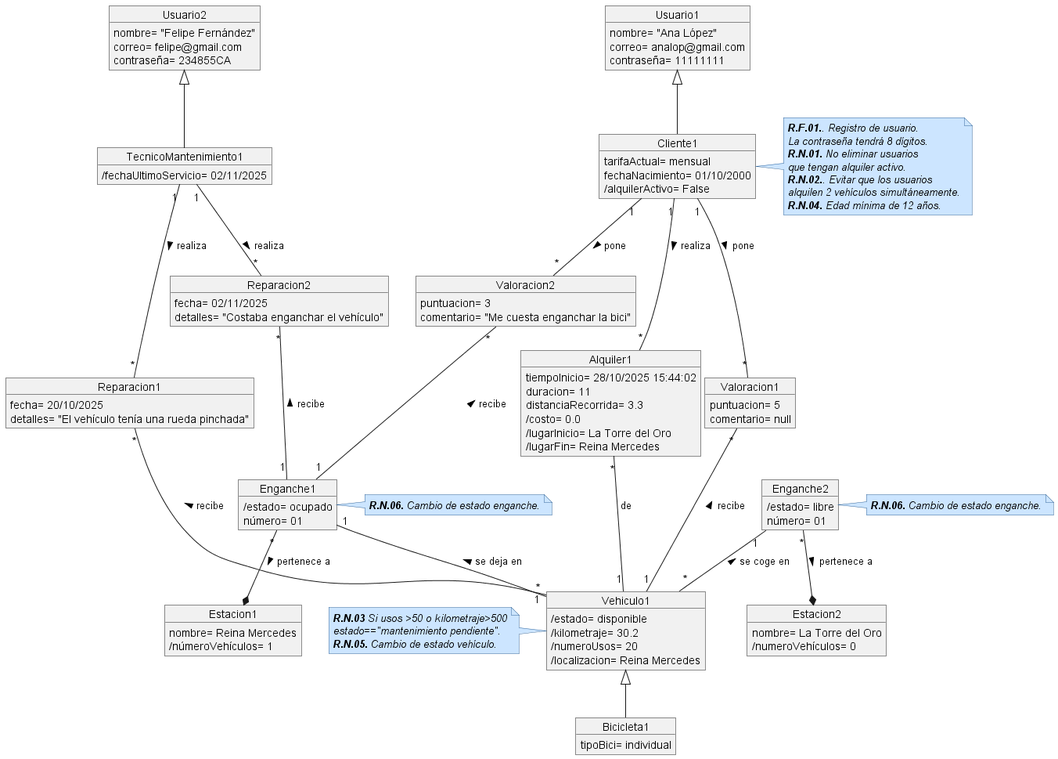
Above: modelos_conceptuales/EscenarioPruebas.png in VVF2245/EasyVPM-Database (PlantUML), before the change.
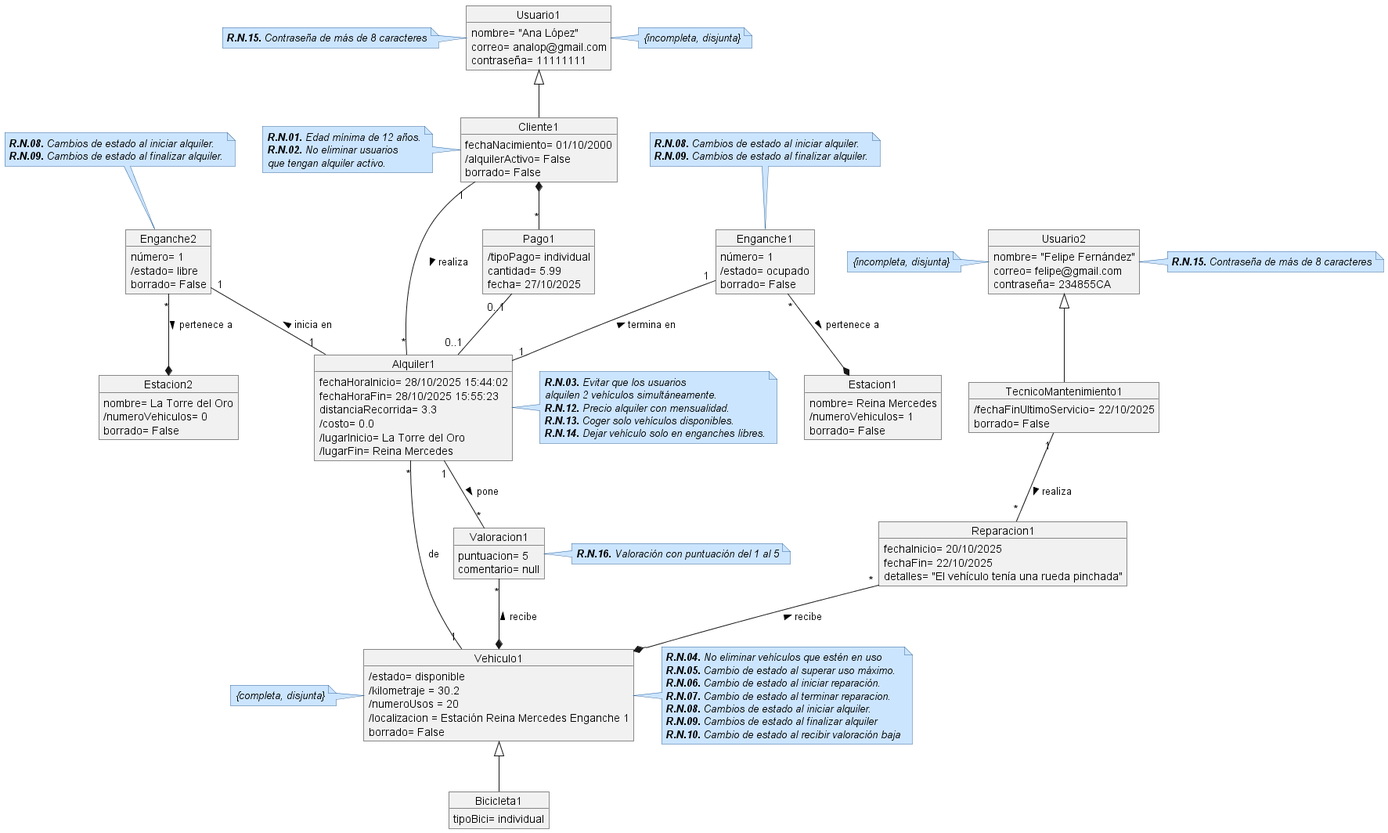
After the commit.

Commit message:
Update modelos_conceptuales

Diff of the diagram source:
```diff
@@ -11,98 +11,126 @@
     correo= analop@gmail.com
     contraseña= 11111111
 }
+note right: {incompleta, disjunta}
+note left of Usuario1
+**R.N.15.** Contraseña de más de 8 caracteres
+end note
 
 object Usuario2 {
     nombre= "Felipe Fernández"
     correo= felipe@gmail.com
     contraseña= 234855CA
 }
-
-object Cliente1 {
-    tarifaActual= mensual
-    fechaNacimiento= 01/10/2000
-    /alquilerActivo= False
-}
-note right
- **R.F.01.**. Registro de usuario.
- La contraseña tendrá 8 dígitos.
- **R.N.01.** No eliminar usuarios
- que tengan alquiler activo.
- **R.N.02.**. Evitar que los usuarios
- alquilen 2 vehículos simultáneamente.
- **R.N.04.** Edad mínima de 12 años.
+note left: {incompleta, disjunta}
+note right of Usuario2
+**R.N.15.** Contraseña de más de 8 caracteres
 end note
 
 
+object Cliente1 {
+    fechaNacimiento= 01/10/2000
+    /alquilerActivo= False
+    borrado= False
+}
+note left
+**R.N.01.** Edad mínima de 12 años.
+**R.N.02.** No eliminar usuarios
+que tengan alquiler activo.
+end note
+
+object Pago1 {
+    /tipoPago= individual
+    cantidad= 5.99
+    fecha= 27/10/2025
+}
+
+
 object TecnicoMantenimiento1 {
-    /fechaUltimoServicio= 02/11/2025
+    /fechaFinUltimoServicio= 22/10/2025
+    borrado= False
 }
 
 object Reparacion1 {
-    fecha= 20/10/2025
+    fechaInicio= 20/10/2025
+    fechaFin= 22/10/2025
     detalles= "El vehículo tenía una rueda pinchada"
 }
 
-object Reparacion2 {
-    fecha= 02/11/2025
-    detalles= "Costaba enganchar el vehículo"
-}
+
 
 object Valoracion1 {
     puntuacion= 5
     comentario= null
 }
-
-object Valoracion2 {
-    puntuacion= 3
-    comentario= "Me cuesta enganchar la bici"
-}
+note right
+**R.N.16.** Valoración con puntuación del 1 al 5
+end note
 
 object Alquiler1 {
-    tiempoInicio= 28/10/2025 15:44:02
-    duracion= 11
+    fechaHoraInicio= 28/10/2025 15:44:02
+    fechaHoraFin= 28/10/2025 15:55:23
     distanciaRecorrida= 3.3
     /costo= 0.0
     /lugarInicio= La Torre del Oro
     /lugarFin= Reina Mercedes
 }
+note right
+**R.N.03.** Evitar que los usuarios
+alquilen 2 vehículos simultáneamente.
+**R.N.12.** Precio alquiler con mensualidad.
+**R.N.13.** Coger solo vehículos disponibles.
+**R.N.14.** Dejar vehículo solo en enganches libres.
+end note
 
 object Vehiculo1 {
     /estado= disponible
-    /kilometraje= 30.2
-    /numeroUsos= 20
-    /localizacion= Reina Mercedes
+    /kilometraje = 30.2
+    /numeroUsos = 20
+    /localizacion = Estación Reina Mercedes Enganche 1
+    borrado= False
 }
-note left
- **R.N.03** Si usos >50 o kilometraje>500
- estado=="mantenimiento pendiente".
- **R.N.05.** Cambio de estado vehículo.
+note right
+**R.N.04.** No eliminar vehículos que estén en uso
+**R.N.05.** Cambio de estado al superar uso máximo.
+**R.N.06.** Cambio de estado al iniciar reparación.
+**R.N.07.** Cambio de estado al terminar reparacion.
+**R.N.08.** Cambios de estado al iniciar alquiler.
+**R.N.09.** Cambios de estado al finalizar alquiler
+**R.N.10.** Cambio de estado al recibir valoración baja
 end note
+note left of Vehiculo1: {completa, disjunta}
+
 
 object Estacion1 {
     nombre= Reina Mercedes
-    /númeroVehículos= 1
+    /numeroVehiculos= 1
+    borrado= False
 }
+
+object Enganche1 {
+    número= 1
+    /estado= ocupado
+    borrado= False
+}
+note top
+ **R.N.08.** Cambios de estado al iniciar alquiler.
+ **R.N.09.** Cambios de estado al finalizar alquiler.
+end note
 
 object Estacion2 {
     nombre= La Torre del Oro
-    /numeroVehículos= 0
+    /numeroVehiculos= 0
+    borrado= False
 }
 
-object Enganche1 {
-    /estado= ocupado
-    número= 01
+object Enganche2 {
+    número= 1
+    /estado= libre
+    borrado= False
 }
-note right
- **R.N.06.** Cambio de estado enganche.
-end note
-
-object Enganche2 {
-    /estado= libre
-    número= 01
-}
-note right
- **R.N.06.** Cambio de estado enganche.
+note top
+ **R.N.08.** Cambios de estado al iniciar alquiler.
+ **R.N.09.** Cambios de estado al finalizar alquiler.
 end note
 
 object Bicicleta1 {
@@ -116,25 +144,24 @@
 Enganche1 "*"--* Estacion1 : pertenece a >
 Enganche2 "*"--* Estacion2 : pertenece a >
 
-Cliente1 "1"--"*" Valoracion1 : pone >
-Cliente1 "1"--"*" Valoracion2 : pone >
-
-Valoracion1 "*"--"1" Vehiculo1 : recibe <
-Valoracion2 "*"--"1" Enganche1 : recibe <
+Alquiler1 "1"--"*" Valoracion1 : pone >
+Valoracion1 "*"--* Vehiculo1 : recibe <
 
 TecnicoMantenimiento1 "1"--"*" Reparacion1 : realiza >
-TecnicoMantenimiento1 "1"--"*" Reparacion2 : realiza >
-Reparacion1 "*"--"1" Vehiculo1 : recibe <
-Reparacion2 "*"--"1" Enganche1 : recibe <
+Reparacion1 "*"--* Vehiculo1 : recibe <
 
-Enganche1 "1" --"*" Vehiculo1 : se deja en <
-Enganche2 "1"--"*" Vehiculo1 : se coge en <
+Enganche1 "1" --"1" Alquiler1: termina en <
+Enganche2 "1" --"1" Alquiler1: inicia en <
+
 
 
 Cliente1 "1"--"*"  Alquiler1: realiza >
 
 Alquiler1 "*"--"1" Vehiculo1: de
 
+Cliente1 *--"*" Pago1
+Pago1 "0..1"--"0..1" Alquiler1
+
 Vehiculo1 <|-- Bicicleta1
 
 
```
